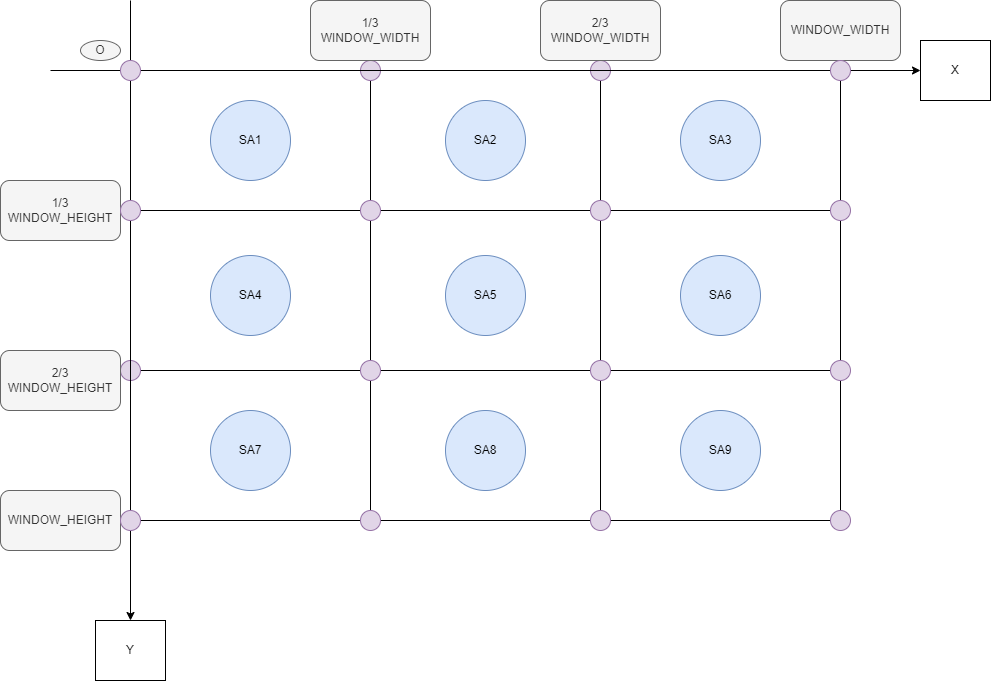
Before: drawio/files/userinput/image.drawio.png, a diagram exported from draw.io (Tanso-mct/GLPA). Source tidied: cells renumbered, new cells last; positions are measured from the earlier drawing's top-left corner, leaving out a move shared by most shapes. Source of this version:
```xml
<mxGraphModel>
  <root>
    <mxCell id="0" />
    <mxCell id="1" parent="0" />
    <mxCell id="2" style="group;" parent="1" vertex="1">
      <mxGeometry x="130" y="70" width="710" height="460" as="geometry" />
    </mxCell>
    <mxCell id="3" style="whiteSpace=wrap;html=1;" parent="2" vertex="1">
      <mxGeometry width="710" height="450" as="geometry" />
    </mxCell>
    <mxCell id="4" style="whiteSpace=wrap;html=1;fillColor=none;" parent="2" vertex="1">
      <mxGeometry y="140" width="710" height="160" as="geometry" />
    </mxCell>
    <mxCell id="5" style="whiteSpace=wrap;html=1;rotation=90;fillColor=none;" parent="2" vertex="1">
      <mxGeometry x="130" y="110" width="450" height="230" as="geometry" />
    </mxCell>
    <mxCell id="6" value="SA1" style="ellipse;whiteSpace=wrap;html=1;fillColor=#dae8fc;strokeColor=#6c8ebf;" parent="2" vertex="1">
      <mxGeometry x="80" y="30" width="80" height="80" as="geometry" />
    </mxCell>
    <mxCell id="7" value="SA2" style="ellipse;whiteSpace=wrap;html=1;fillColor=#dae8fc;strokeColor=#6c8ebf;" parent="2" vertex="1">
      <mxGeometry x="315" y="30" width="80" height="80" as="geometry" />
    </mxCell>
    <mxCell id="8" value="SA3" style="ellipse;whiteSpace=wrap;html=1;fillColor=#dae8fc;strokeColor=#6c8ebf;" parent="2" vertex="1">
      <mxGeometry x="550" y="30" width="80" height="80" as="geometry" />
    </mxCell>
    <mxCell id="9" value="SA4" style="ellipse;whiteSpace=wrap;html=1;fillColor=#dae8fc;strokeColor=#6c8ebf;" parent="2" vertex="1">
      <mxGeometry x="80" y="185" width="80" height="80" as="geometry" />
    </mxCell>
    <mxCell id="10" value="SA5" style="ellipse;whiteSpace=wrap;html=1;fillColor=#dae8fc;strokeColor=#6c8ebf;" parent="2" vertex="1">
      <mxGeometry x="315" y="185" width="80" height="80" as="geometry" />
    </mxCell>
    <mxCell id="11" value="SA6" style="ellipse;whiteSpace=wrap;html=1;fillColor=#dae8fc;strokeColor=#6c8ebf;" parent="2" vertex="1">
      <mxGeometry x="550" y="185" width="80" height="80" as="geometry" />
    </mxCell>
    <mxCell id="12" value="SA7" style="ellipse;whiteSpace=wrap;html=1;fillColor=#dae8fc;strokeColor=#6c8ebf;" parent="2" vertex="1">
      <mxGeometry x="80" y="340" width="80" height="80" as="geometry" />
    </mxCell>
    <mxCell id="13" value="SA8" style="ellipse;whiteSpace=wrap;html=1;fillColor=#dae8fc;strokeColor=#6c8ebf;" parent="2" vertex="1">
      <mxGeometry x="315" y="340" width="80" height="80" as="geometry" />
    </mxCell>
    <mxCell id="14" value="SA9" style="ellipse;whiteSpace=wrap;html=1;fillColor=#dae8fc;strokeColor=#6c8ebf;" parent="2" vertex="1">
      <mxGeometry x="550" y="340" width="80" height="80" as="geometry" />
    </mxCell>
    <mxCell id="15" style="ellipse;whiteSpace=wrap;html=1;fillColor=#e1d5e7;strokeColor=#9673a6;" parent="2" vertex="1">
      <mxGeometry x="-10" y="290" width="20" height="20" as="geometry" />
    </mxCell>
    <mxCell id="16" style="ellipse;whiteSpace=wrap;html=1;fillColor=#e1d5e7;strokeColor=#9673a6;" parent="2" vertex="1">
      <mxGeometry x="230" y="290" width="20" height="20" as="geometry" />
    </mxCell>
    <mxCell id="17" style="ellipse;whiteSpace=wrap;html=1;fillColor=#e1d5e7;strokeColor=#9673a6;" parent="2" vertex="1">
      <mxGeometry x="230" y="440" width="20" height="20" as="geometry" />
    </mxCell>
    <mxCell id="18" style="ellipse;whiteSpace=wrap;html=1;fillColor=#e1d5e7;strokeColor=#9673a6;" parent="2" vertex="1">
      <mxGeometry x="230" y="130" width="20" height="20" as="geometry" />
    </mxCell>
    <mxCell id="19" style="ellipse;whiteSpace=wrap;html=1;fillColor=#e1d5e7;strokeColor=#9673a6;" parent="2" vertex="1">
      <mxGeometry x="230" y="-10" width="20" height="20" as="geometry" />
    </mxCell>
    <mxCell id="20" style="ellipse;whiteSpace=wrap;html=1;fillColor=#e1d5e7;strokeColor=#9673a6;" parent="2" vertex="1">
      <mxGeometry x="460" y="290" width="20" height="20" as="geometry" />
    </mxCell>
    <mxCell id="21" style="ellipse;whiteSpace=wrap;html=1;fillColor=#e1d5e7;strokeColor=#9673a6;" parent="2" vertex="1">
      <mxGeometry x="460" y="440" width="20" height="20" as="geometry" />
    </mxCell>
    <mxCell id="22" style="ellipse;whiteSpace=wrap;html=1;fillColor=#e1d5e7;strokeColor=#9673a6;" parent="2" vertex="1">
      <mxGeometry x="460" y="130" width="20" height="20" as="geometry" />
    </mxCell>
    <mxCell id="23" style="ellipse;whiteSpace=wrap;html=1;fillColor=#e1d5e7;strokeColor=#9673a6;" parent="2" vertex="1">
      <mxGeometry x="460" y="-10" width="20" height="20" as="geometry" />
    </mxCell>
    <mxCell id="24" value="1/3 WINDOW_WIDTH" style="rounded=1;whiteSpace=wrap;html=1;strokeColor=#666666;fontFamily=Helvetica;fontSize=12;fontColor=#333333;fillColor=#f5f5f5;" parent="1" vertex="1">
      <mxGeometry x="310" width="120" height="60" as="geometry" />
    </mxCell>
    <mxCell id="25" value="2/3 WINDOW_WIDTH" style="rounded=1;whiteSpace=wrap;html=1;strokeColor=#666666;fontFamily=Helvetica;fontSize=12;fontColor=#333333;fillColor=#f5f5f5;" parent="1" vertex="1">
      <mxGeometry x="540" width="120" height="60" as="geometry" />
    </mxCell>
    <mxCell id="26" value="1/3 WINDOW_HEIGHT" style="rounded=1;whiteSpace=wrap;html=1;strokeColor=#666666;fontFamily=Helvetica;fontSize=12;fontColor=#333333;fillColor=#f5f5f5;" parent="1" vertex="1">
      <mxGeometry y="180" width="120" height="60" as="geometry" />
    </mxCell>
    <mxCell id="27" style="edgeStyle=none;jettySize=auto;html=1;fontFamily=Helvetica;fontSize=12;fontColor=#333333;startArrow=none;" parent="1" edge="1" source="34">
      <mxGeometry relative="1" as="geometry">
        <mxPoint x="130" y="620" as="targetPoint" />
      </mxGeometry>
    </mxCell>
    <mxCell id="28" style="edgeStyle=none;orthogonalLoop=1;jettySize=auto;html=1;fontFamily=Helvetica;fontSize=12;fontColor=#333333;" parent="1" edge="1">
      <mxGeometry relative="1" as="geometry">
        <mxPoint x="50" y="70" as="sourcePoint" />
        <mxPoint x="920" y="70" as="targetPoint" />
      </mxGeometry>
    </mxCell>
    <mxCell id="29" value="O" style="ellipse;whiteSpace=wrap;html=1;strokeColor=#666666;fontFamily=Helvetica;fontSize=12;fontColor=#333333;fillColor=#f5f5f5;" parent="1" vertex="1">
      <mxGeometry x="80" y="40" width="40" height="20" as="geometry" />
    </mxCell>
    <mxCell id="30" value="2/3 WINDOW_HEIGHT" style="rounded=1;whiteSpace=wrap;html=1;strokeColor=#666666;fontFamily=Helvetica;fontSize=12;fontColor=#333333;fillColor=#f5f5f5;" parent="1" vertex="1">
      <mxGeometry y="350" width="120" height="60" as="geometry" />
    </mxCell>
    <mxCell id="31" value="WINDOW_WIDTH" style="rounded=1;whiteSpace=wrap;html=1;strokeColor=#666666;fontFamily=Helvetica;fontSize=12;fontColor=#333333;fillColor=#f5f5f5;" parent="1" vertex="1">
      <mxGeometry x="780" width="120" height="60" as="geometry" />
    </mxCell>
    <mxCell id="32" value="WINDOW_HEIGHT" style="rounded=1;whiteSpace=wrap;html=1;strokeColor=#666666;fontFamily=Helvetica;fontSize=12;fontColor=#333333;fillColor=#f5f5f5;" parent="1" vertex="1">
      <mxGeometry y="490" width="120" height="60" as="geometry" />
    </mxCell>
    <mxCell id="33" style="edgeStyle=none;jettySize=auto;html=1;fontFamily=Helvetica;fontSize=12;fontColor=#333333;endArrow=none;startArrow=none;" parent="1" edge="1" source="36" target="34">
      <mxGeometry relative="1" as="geometry" />
    </mxCell>
    <mxCell id="34" style="ellipse;whiteSpace=wrap;html=1;fillColor=#e1d5e7;strokeColor=#9673a6;" parent="1" vertex="1">
      <mxGeometry x="120" y="510" width="20" height="20" as="geometry" />
    </mxCell>
    <mxCell id="35" style="edgeStyle=none;jettySize=auto;html=1;fontFamily=Helvetica;fontSize=12;fontColor=#333333;endArrow=none;startArrow=none;" parent="1" edge="1" source="38" target="36">
      <mxGeometry relative="1" as="geometry" />
    </mxCell>
    <mxCell id="36" style="ellipse;whiteSpace=wrap;html=1;fillColor=#e1d5e7;strokeColor=#9673a6;" parent="1" vertex="1">
      <mxGeometry x="120" y="200" width="20" height="20" as="geometry" />
    </mxCell>
    <mxCell id="37" style="edgeStyle=none;jettySize=auto;html=1;fontFamily=Helvetica;fontSize=12;fontColor=#333333;endArrow=none;" parent="1" edge="1" target="38">
      <mxGeometry relative="1" as="geometry">
        <mxPoint x="130" as="sourcePoint" />
      </mxGeometry>
    </mxCell>
    <mxCell id="38" style="ellipse;whiteSpace=wrap;html=1;fillColor=#e1d5e7;strokeColor=#9673a6;" parent="1" vertex="1">
      <mxGeometry x="120" y="60" width="20" height="20" as="geometry" />
    </mxCell>
    <mxCell id="39" style="ellipse;whiteSpace=wrap;html=1;fillColor=#e1d5e7;strokeColor=#9673a6;" parent="1" vertex="1">
      <mxGeometry x="830" y="360" width="20" height="20" as="geometry" />
    </mxCell>
    <mxCell id="40" style="ellipse;whiteSpace=wrap;html=1;fillColor=#e1d5e7;strokeColor=#9673a6;" parent="1" vertex="1">
      <mxGeometry x="830" y="510" width="20" height="20" as="geometry" />
    </mxCell>
    <mxCell id="41" style="ellipse;whiteSpace=wrap;html=1;fillColor=#e1d5e7;strokeColor=#9673a6;" parent="1" vertex="1">
      <mxGeometry x="830" y="200" width="20" height="20" as="geometry" />
    </mxCell>
    <mxCell id="42" style="ellipse;whiteSpace=wrap;html=1;fillColor=#e1d5e7;strokeColor=#9673a6;" parent="1" vertex="1">
      <mxGeometry x="830" y="60" width="20" height="20" as="geometry" />
    </mxCell>
    <mxCell id="43" value="X" style="whiteSpace=wrap;html=1;" parent="1" vertex="1">
      <mxGeometry x="920" y="40" width="70" height="60" as="geometry" />
    </mxCell>
    <mxCell id="44" value="Y" style="whiteSpace=wrap;html=1;" parent="1" vertex="1">
      <mxGeometry x="95" y="620" width="70" height="60" as="geometry" />
    </mxCell>
  </root>
</mxGraphModel>
```
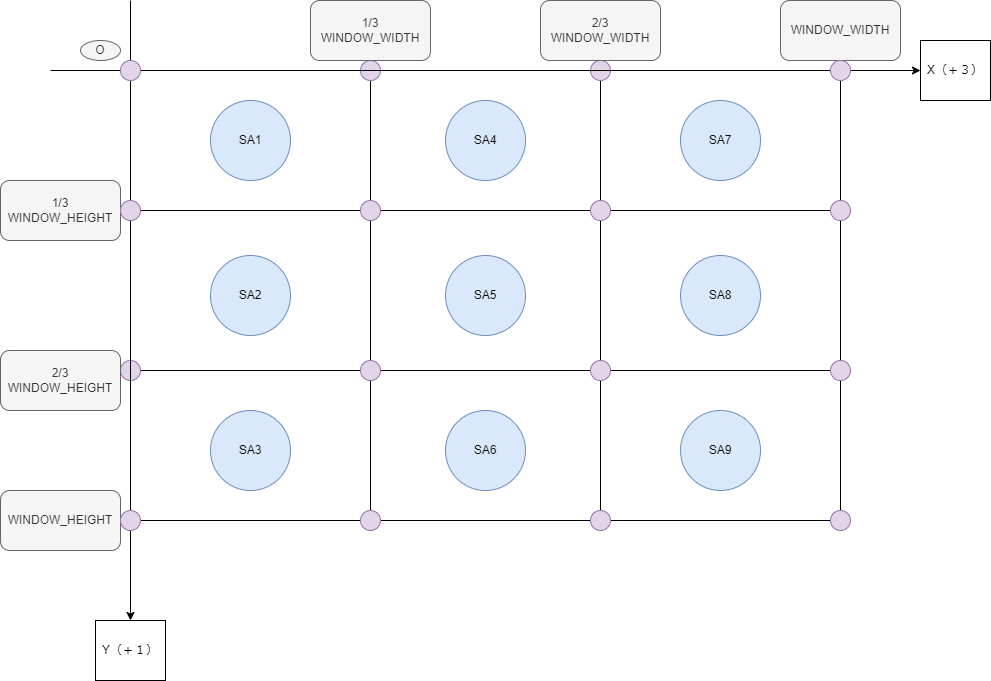
The same diagram one commit later.

What changed in the source:
```diff
@@ -17,25 +17,25 @@
     <mxCell id="6" value="SA1" style="ellipse;whiteSpace=wrap;html=1;fillColor=#dae8fc;strokeColor=#6c8ebf;" parent="2" vertex="1">
       <mxGeometry x="80" y="30" width="80" height="80" as="geometry" />
     </mxCell>
-    <mxCell id="7" value="SA2" style="ellipse;whiteSpace=wrap;html=1;fillColor=#dae8fc;strokeColor=#6c8ebf;" parent="2" vertex="1">
+    <mxCell id="7" value="SA4" style="ellipse;whiteSpace=wrap;html=1;fillColor=#dae8fc;strokeColor=#6c8ebf;" parent="2" vertex="1">
       <mxGeometry x="315" y="30" width="80" height="80" as="geometry" />
     </mxCell>
-    <mxCell id="8" value="SA3" style="ellipse;whiteSpace=wrap;html=1;fillColor=#dae8fc;strokeColor=#6c8ebf;" parent="2" vertex="1">
+    <mxCell id="8" value="SA7" style="ellipse;whiteSpace=wrap;html=1;fillColor=#dae8fc;strokeColor=#6c8ebf;" parent="2" vertex="1">
       <mxGeometry x="550" y="30" width="80" height="80" as="geometry" />
     </mxCell>
-    <mxCell id="9" value="SA4" style="ellipse;whiteSpace=wrap;html=1;fillColor=#dae8fc;strokeColor=#6c8ebf;" parent="2" vertex="1">
+    <mxCell id="9" value="SA2" style="ellipse;whiteSpace=wrap;html=1;fillColor=#dae8fc;strokeColor=#6c8ebf;" parent="2" vertex="1">
       <mxGeometry x="80" y="185" width="80" height="80" as="geometry" />
     </mxCell>
     <mxCell id="10" value="SA5" style="ellipse;whiteSpace=wrap;html=1;fillColor=#dae8fc;strokeColor=#6c8ebf;" parent="2" vertex="1">
       <mxGeometry x="315" y="185" width="80" height="80" as="geometry" />
     </mxCell>
-    <mxCell id="11" value="SA6" style="ellipse;whiteSpace=wrap;html=1;fillColor=#dae8fc;strokeColor=#6c8ebf;" parent="2" vertex="1">
+    <mxCell id="11" value="SA8" style="ellipse;whiteSpace=wrap;html=1;fillColor=#dae8fc;strokeColor=#6c8ebf;" parent="2" vertex="1">
       <mxGeometry x="550" y="185" width="80" height="80" as="geometry" />
     </mxCell>
-    <mxCell id="12" value="SA7" style="ellipse;whiteSpace=wrap;html=1;fillColor=#dae8fc;strokeColor=#6c8ebf;" parent="2" vertex="1">
+    <mxCell id="12" value="SA3" style="ellipse;whiteSpace=wrap;html=1;fillColor=#dae8fc;strokeColor=#6c8ebf;" parent="2" vertex="1">
       <mxGeometry x="80" y="340" width="80" height="80" as="geometry" />
     </mxCell>
-    <mxCell id="13" value="SA8" style="ellipse;whiteSpace=wrap;html=1;fillColor=#dae8fc;strokeColor=#6c8ebf;" parent="2" vertex="1">
+    <mxCell id="13" value="SA6" style="ellipse;whiteSpace=wrap;html=1;fillColor=#dae8fc;strokeColor=#6c8ebf;" parent="2" vertex="1">
       <mxGeometry x="315" y="340" width="80" height="80" as="geometry" />
     </mxCell>
     <mxCell id="14" value="SA9" style="ellipse;whiteSpace=wrap;html=1;fillColor=#dae8fc;strokeColor=#6c8ebf;" parent="2" vertex="1">
@@ -132,10 +132,10 @@
     <mxCell id="42" style="ellipse;whiteSpace=wrap;html=1;fillColor=#e1d5e7;strokeColor=#9673a6;" parent="1" vertex="1">
       <mxGeometry x="830" y="60" width="20" height="20" as="geometry" />
     </mxCell>
-    <mxCell id="43" value="X" style="whiteSpace=wrap;html=1;" parent="1" vertex="1">
+    <mxCell id="43" value="X（＋３）&lt;br&gt;" style="whiteSpace=wrap;html=1;" parent="1" vertex="1">
       <mxGeometry x="920" y="40" width="70" height="60" as="geometry" />
     </mxCell>
-    <mxCell id="44" value="Y" style="whiteSpace=wrap;html=1;" parent="1" vertex="1">
+    <mxCell id="44" value="Y（＋１）" style="whiteSpace=wrap;html=1;" parent="1" vertex="1">
       <mxGeometry x="95" y="620" width="70" height="60" as="geometry" />
     </mxCell>
   </root>
```
